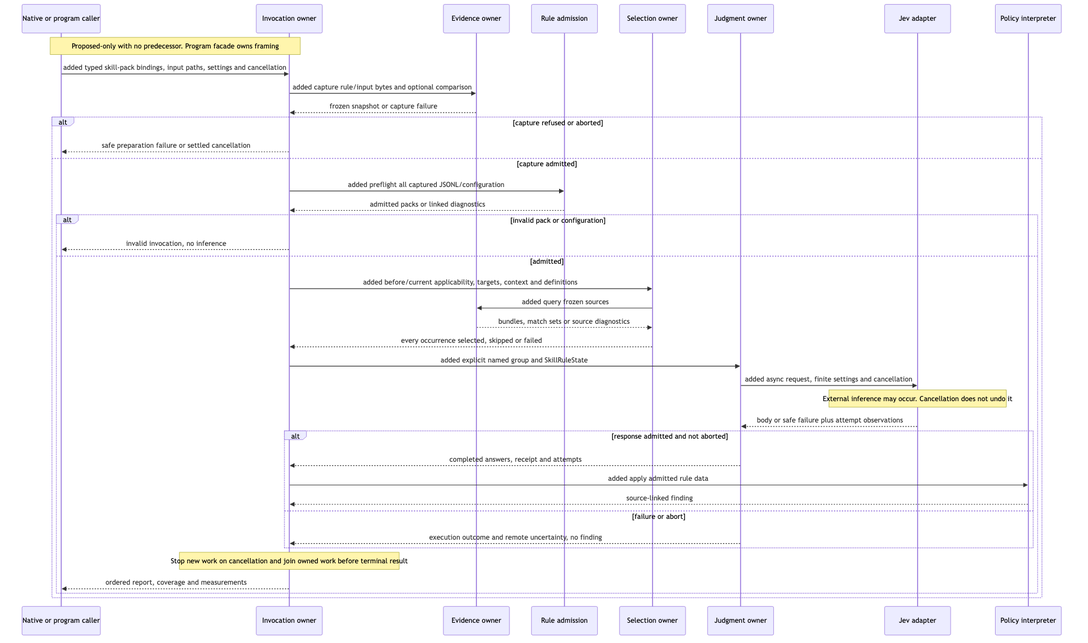
Before: docs/specs/2026-10-12-rust-rule-engine/assets/execution-sequence.png, a diagram exported from Mermaid (ShravanSunder/sunstack-tools). Its source is kept beside it as docs/specs/2026-10-12-rust-rule-engine/assets/execution-sequence.mmd.
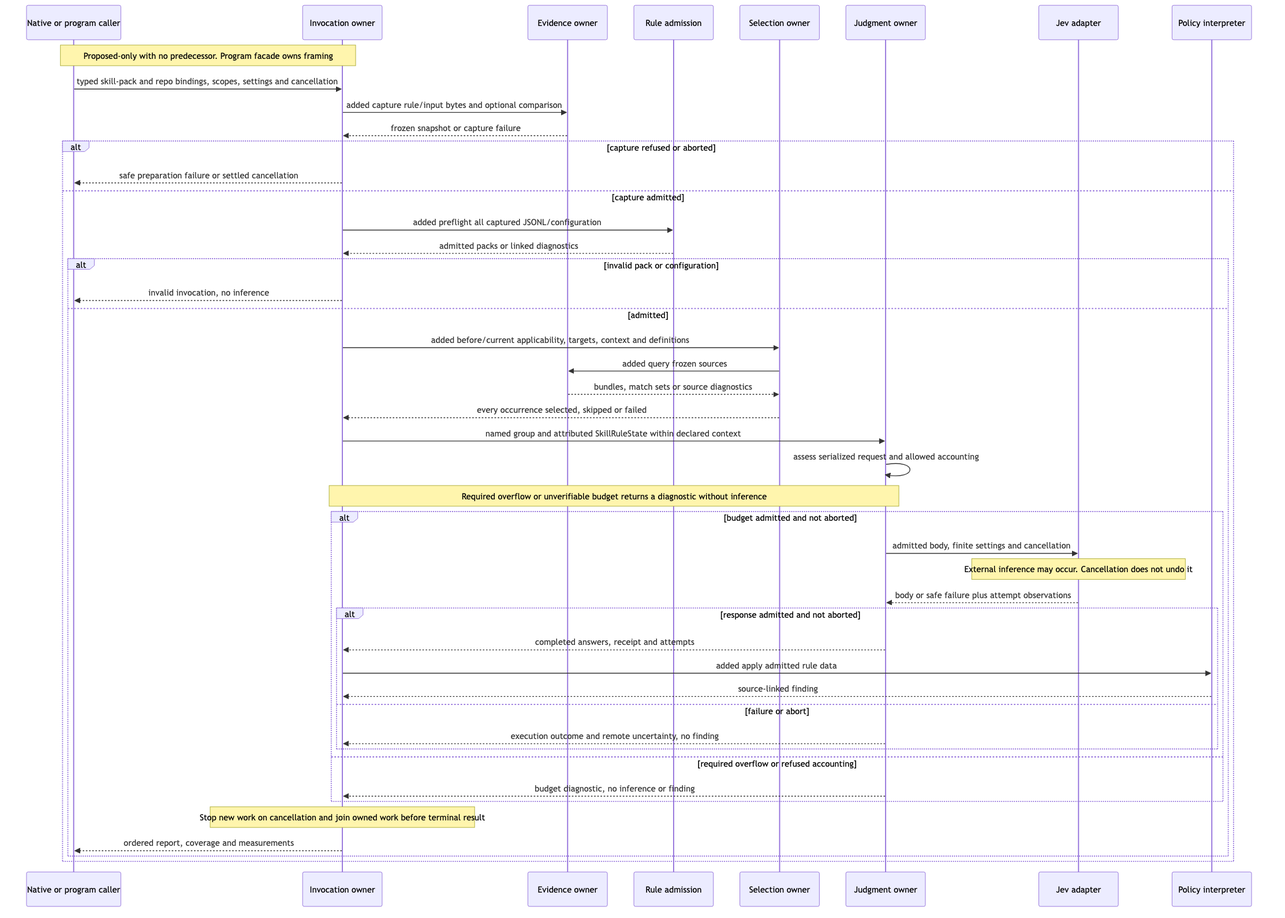
The same diagram one commit later.

Change to the diagram source:
```diff
@@ -8,7 +8,7 @@
   participant HTTP as Jev adapter
   participant Policy as Policy interpreter
   Note over Host,Run: Proposed-only with no predecessor. Program facade owns framing
-  Host->>Run: added typed skill-pack bindings, input paths, settings and cancellation
+  Host->>Run: typed skill-pack and repo bindings, scopes, settings and cancellation
   Run->>Src: added capture rule/input bytes and optional comparison
   Src-->>Run: frozen snapshot or capture failure
   alt capture refused or aborted
@@ -23,16 +23,22 @@
       Sel->>Src: added query frozen sources
       Src-->>Sel: bundles, match sets or source diagnostics
       Sel-->>Run: every occurrence selected, skipped or failed
-      Run->>Judge: added explicit named group and SkillRuleState
-      Judge->>HTTP: added async request, finite settings and cancellation
-      Note over HTTP: External inference may occur. Cancellation does not undo it
-      HTTP-->>Judge: body or safe failure plus attempt observations
-      alt response admitted and not aborted
-        Judge-->>Run: completed answers, receipt and attempts
-        Run->>Policy: added apply admitted rule data
-        Policy-->>Run: source-linked finding
-      else failure or abort
-        Judge-->>Run: execution outcome and remote uncertainty, no finding
+      Run->>Judge: named group and attributed SkillRuleState within declared context
+      Judge->>Judge: assess serialized request and allowed accounting
+      Note over Judge,Run: Required overflow or unverifiable budget returns a diagnostic without inference
+      alt budget admitted and not aborted
+        Judge->>HTTP: admitted body, finite settings and cancellation
+        Note over HTTP: External inference may occur. Cancellation does not undo it
+        HTTP-->>Judge: body or safe failure plus attempt observations
+        alt response admitted and not aborted
+          Judge-->>Run: completed answers, receipt and attempts
+          Run->>Policy: added apply admitted rule data
+          Policy-->>Run: source-linked finding
+        else failure or abort
+          Judge-->>Run: execution outcome and remote uncertainty, no finding
+        end
+      else required overflow or refused accounting
+        Judge-->>Run: budget diagnostic, no inference or finding
       end
       Note over Run: Stop new work on cancellation and join owned work before terminal result
       Run-->>Host: ordered report, coverage and measurements
```
